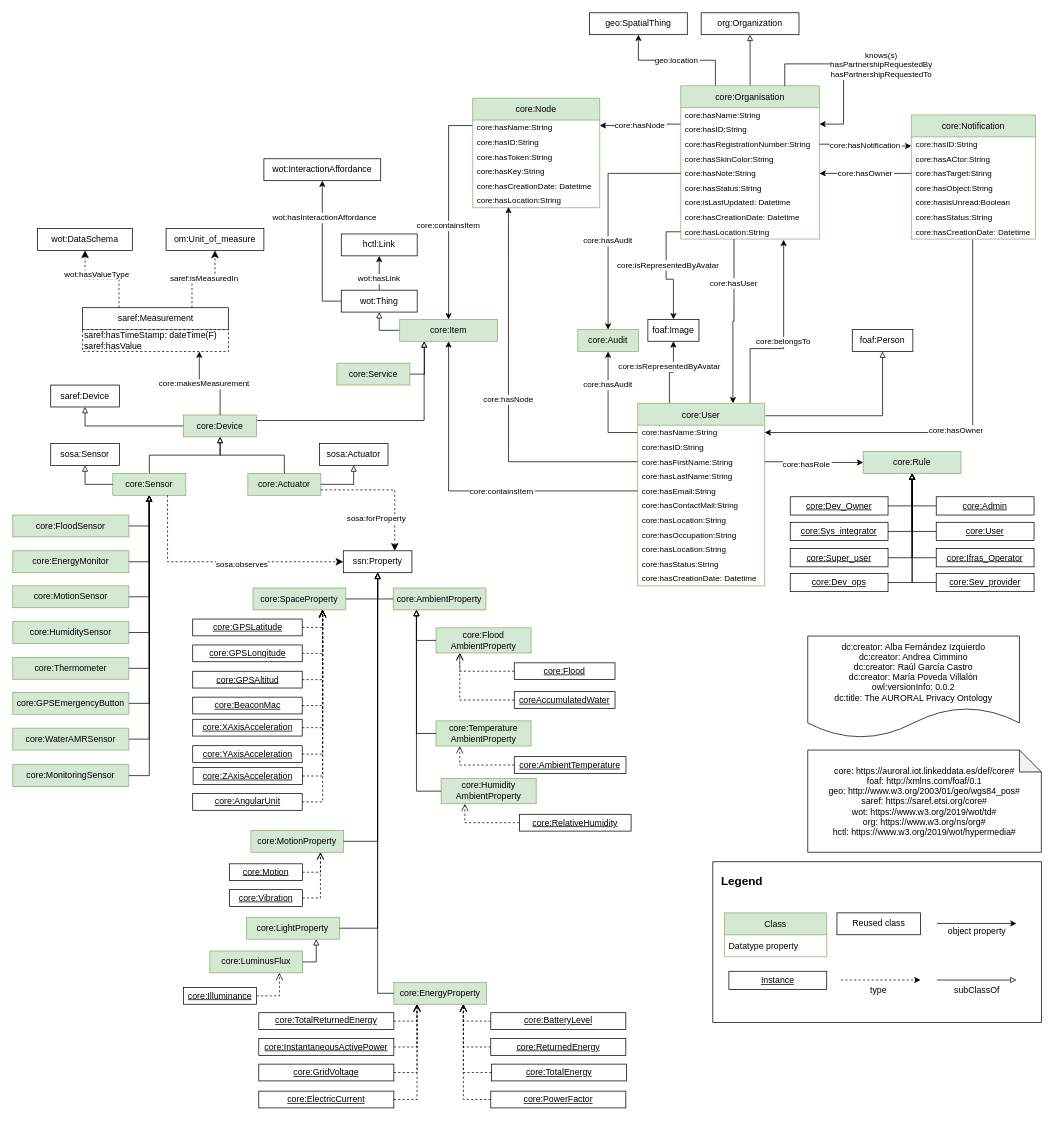
Earlier version of the draw.io diagram diagrams/core.drawio (oeg-upm/auroral-core-ontology). Source tidied: cells renumbered, new cells numbered last; positions are measured from the earlier drawing's top-left corner, leaving out a move shared by most shapes. Both pictures are drawn from the tidied source at 73%, with x=0, y=0 at pixel (12, 12).
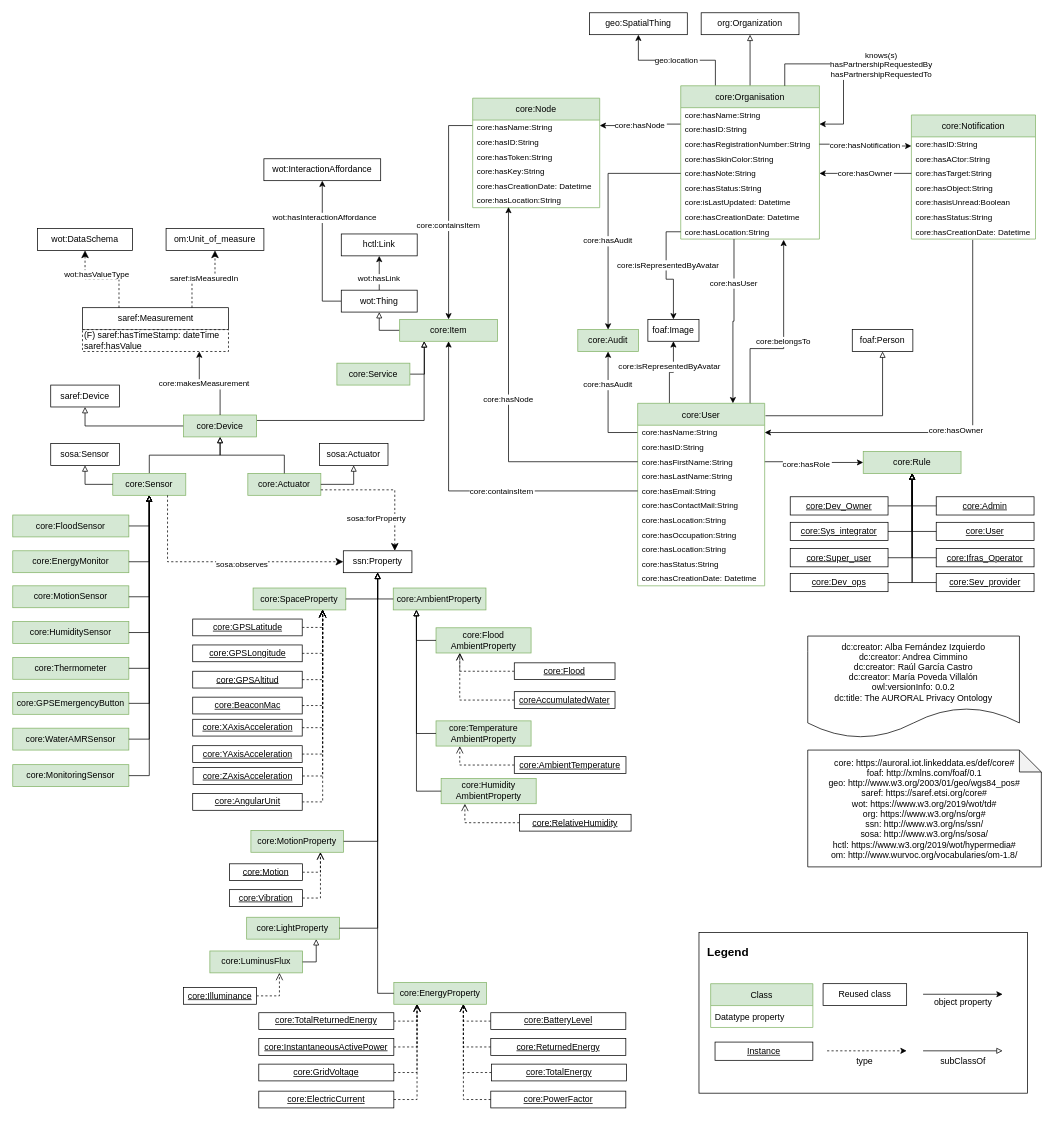
The same diagram, later.

Commit message (it also covers changes not shown here):
Ontology code updated v0.0.2

Added Alentejo devices and properties in code

Diff of the diagram source:
```diff
@@
-    <mxCell id="5" value="core: https://auroral.iot.linkeddata.es/def/core#&#10;foaf: http://xmlns.com/foaf/0.1&#10;geo: http://www.w3.org/2003/01/geo/wgs84_pos#&#10;saref: https://saref.etsi.org/core#&#10;wot: https://www.w3.org/2019/wot/td#&#10;org: https://www.w3.org/ns/org#&#10;hctl: https://www.w3.org/2019/wot/hypermedia#" style="shape=note;backgroundOutline=1;darkOpacity=0.05;" parent="1" vertex="1">
-      <mxGeometry x="1089" y="1010" width="320" height="140" as="geometry" />
+    <mxCell id="5" value="core: https://auroral.iot.linkeddata.es/def/core#&#10;foaf: http://xmlns.com/foaf/0.1&#10;geo: http://www.w3.org/2003/01/geo/wgs84_pos#&#10;saref: https://saref.etsi.org/core#&#10;wot: https://www.w3.org/2019/wot/td#&#10;org: https://www.w3.org/ns/org#&#10;ssn: http://www.w3.org/ns/ssn/&#10;sosa: http://www.w3.org/ns/sosa/&#10;hctl: https://www.w3.org/2019/wot/hypermedia#&#10;om: http://www.wurvoc.org/vocabularies/om-1.8/" style="shape=note;backgroundOutline=1;darkOpacity=0.05;" parent="1" vertex="1">
+      <mxGeometry x="1089" y="1010" width="320" height="160" as="geometry" />
     </mxCell>
@@
     <mxCell id="97" style="rounded=0;whiteSpace=wrap;html=1;" parent="1" vertex="1">
-      <mxGeometry x="959" y="1163" width="450" height="220" as="geometry" />
+      <mxGeometry x="940" y="1260" width="450" height="220" as="geometry" />
     </mxCell>
     <mxCell id="98" value="Legend" style="text;strokeColor=none;fillColor=none;align=center;verticalAlign=middle;rounded=0;fontStyle=1;fontSize=16;" parent="1" vertex="1">
-      <mxGeometry x="969" y="1173" width="60" height="30" as="geometry" />
+      <mxGeometry x="950" y="1270" width="60" height="30" as="geometry" />
     </mxCell>
     <mxCell id="99" value="Class" style="swimlane;fontStyle=0;horizontal=1;startSize=30;fillColor=#d5e8d4;strokeColor=#82b366;" parent="1" vertex="1">
-      <mxGeometry x="975" y="1233" width="140" height="60" as="geometry" />
+      <mxGeometry x="956" y="1330" width="140" height="60" as="geometry" />
     </mxCell>
@@
     <mxCell id="101" value="&lt;u&gt;Instance&lt;/u&gt;" style="rounded=0;whiteSpace=wrap;html=1;" parent="1" vertex="1">
-      <mxGeometry x="981" y="1313" width="134" height="25" as="geometry" />
+      <mxGeometry x="962" y="1410" width="134" height="25" as="geometry" />
     </mxCell>
     <mxCell id="102" value="Reused class" style="rounded=0;whiteSpace=wrap;html=1;" parent="1" vertex="1">
-      <mxGeometry x="1129" y="1233" width="114.5" height="30" as="geometry" />
+      <mxGeometry x="1110" y="1330" width="114.5" height="30" as="geometry" />
     </mxCell>
     <mxCell id="103" style="edgeStyle=orthogonalEdgeStyle;rounded=0;orthogonalLoop=1;jettySize=auto;html=1;endArrow=classic;endFill=1;dashed=1;" parent="1" edge="1">
       <mxGeometry relative="1" as="geometry">
-        <mxPoint x="1134.5" y="1325" as="sourcePoint" />
-        <mxPoint x="1243.5" y="1325" as="targetPoint" />
+        <mxPoint x="1115.5" y="1422" as="sourcePoint" />
+        <mxPoint x="1224.5" y="1422" as="targetPoint" />
         <Array as="points">
-          <mxPoint x="1134.5" y="1325" />
+          <mxPoint x="1115.5" y="1422" />
         </Array>
       </mxGeometry>
     </mxCell>
     <mxCell id="104" style="edgeStyle=orthogonalEdgeStyle;rounded=0;orthogonalLoop=1;jettySize=auto;html=1;endArrow=classic;endFill=1;" parent="1" edge="1">
       <mxGeometry relative="1" as="geometry">
-        <mxPoint x="1266" y="1247.5" as="sourcePoint" />
-        <mxPoint x="1375" y="1247.5" as="targetPoint" />
+        <mxPoint x="1247" y="1344.5" as="sourcePoint" />
+        <mxPoint x="1356" y="1344.5" as="targetPoint" />
         <Array as="points">
-          <mxPoint x="1266" y="1247.5" />
+          <mxPoint x="1247" y="1344.5" />
         </Array>
       </mxGeometry>
     </mxCell>
     <mxCell id="105" style="edgeStyle=orthogonalEdgeStyle;rounded=0;orthogonalLoop=1;jettySize=auto;html=1;endArrow=block;endFill=0;" parent="1" edge="1">
       <mxGeometry relative="1" as="geometry">
-        <mxPoint x="1266" y="1325" as="sourcePoint" />
-        <mxPoint x="1375" y="1325" as="targetPoint" />
+        <mxPoint x="1247" y="1422" as="sourcePoint" />
+        <mxPoint x="1356" y="1422" as="targetPoint" />
         <Array as="points">
-          <mxPoint x="1266" y="1325" />
+          <mxPoint x="1247" y="1422" />
         </Array>
       </mxGeometry>
     </mxCell>
     <mxCell id="106" value="type" style="text;strokeColor=none;fillColor=none;align=center;verticalAlign=middle;rounded=0;" parent="1" vertex="1">
-      <mxGeometry x="1156.2" y="1323" width="60" height="30" as="geometry" />
+      <mxGeometry x="1137.2" y="1420" width="60" height="30" as="geometry" />
     </mxCell>
     <mxCell id="107" value="object property" style="text;strokeColor=none;fillColor=none;align=center;verticalAlign=middle;rounded=0;" parent="1" vertex="1">
-      <mxGeometry x="1266" y="1243" width="110" height="30" as="geometry" />
+      <mxGeometry x="1247" y="1340" width="110" height="30" as="geometry" />
     </mxCell>
     <mxCell id="108" value="subClassOf" style="text;strokeColor=none;fillColor=none;align=center;verticalAlign=middle;rounded=0;" parent="1" vertex="1">
-      <mxGeometry x="1266" y="1323" width="110" height="30" as="geometry" />
+      <mxGeometry x="1247" y="1420" width="110" height="30" as="geometry" />
     </mxCell>
@@
-    <mxCell id="147" value="saref:hasTimeStamp: dateTime(F)&lt;br&gt;saref:hasValue" style="rounded=0;whiteSpace=wrap;html=1;snapToPoint=1;points=[[0.1,0],[0.2,0],[0.3,0],[0.4,0],[0.5,0],[0.6,0],[0.7,0],[0.8,0],[0.9,0],[0,0.1],[0,0.3],[0,0.5],[0,0.7],[0,0.9],[0.1,1],[0.2,1],[0.3,1],[0.4,1],[0.5,1],[0.6,1],[0.7,1],[0.8,1],[0.9,1],[1,0.1],[1,0.3],[1,0.5],[1,0.7],[1,0.9]];dashed=1;align=left;" parent="1" vertex="1">
+    <mxCell id="147" value="(F) saref:hasTimeStamp: dateTime&lt;br&gt;saref:hasValue" style="rounded=0;whiteSpace=wrap;html=1;snapToPoint=1;points=[[0.1,0],[0.2,0],[0.3,0],[0.4,0],[0.5,0],[0.6,0],[0.7,0],[0.8,0],[0.9,0],[0,0.1],[0,0.3],[0,0.5],[0,0.7],[0,0.9],[0.1,1],[0.2,1],[0.3,1],[0.4,1],[0.5,1],[0.6,1],[0.7,1],[0.8,1],[0.9,1],[1,0.1],[1,0.3],[1,0.5],[1,0.7],[1,0.9]];dashed=1;align=left;" parent="1" vertex="1">
       <mxGeometry x="95.5" y="434" width="200" height="30" as="geometry" />
     </mxCell>
```
